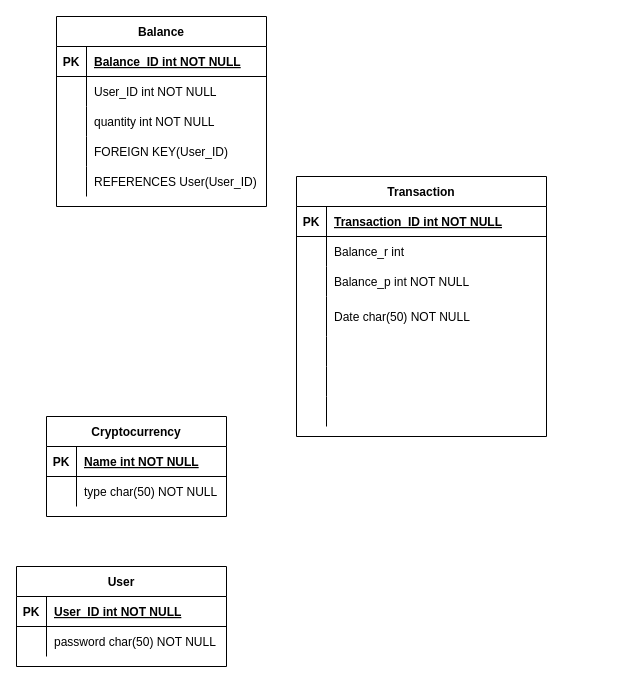
Before: Untitled UML.drawio in hyoer0423/learnGit, a draw.io diagram. Source tidied: cells renumbered, new cells numbered last; positions are measured from the earlier drawing's top-left corner, leaving out a move shared by most shapes. Both pictures are drawn from the tidied source at 100%, with x=0, y=0 at pixel (16, 16).
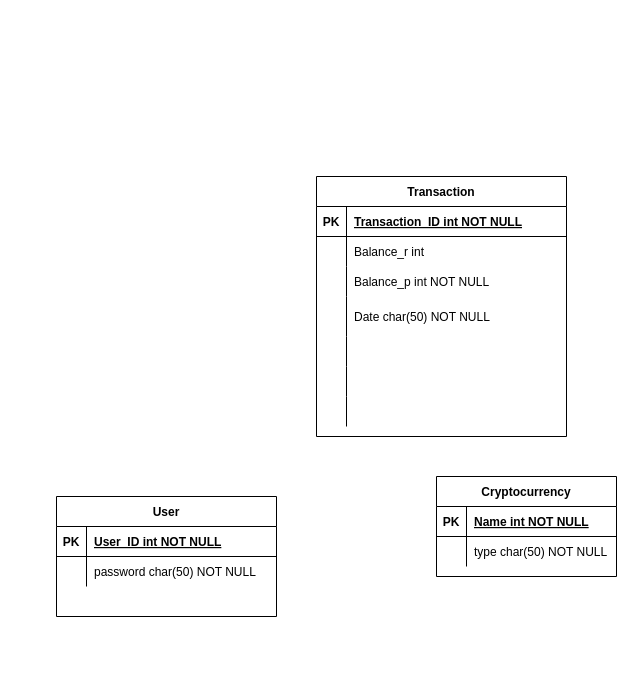
After the change.

The edit, as a diff of the source:
```diff
@@
     <mxCell id="2" value="User" style="shape=table;startSize=30;childLayout=tableLayout;rowLines=0;fontStyle=1;align=center;" parent="1" vertex="1">
-      <mxGeometry y="550" width="210" height="100" as="geometry" />
+      <mxGeometry x="40" y="480" width="220" height="120" as="geometry" />
     </mxCell>
     <mxCell id="3" style="shape=partialRectangle;fillColor=none;top=0;left=0;right=0;bottom=1;" parent="2" vertex="1">
-      <mxGeometry y="30" width="210" height="30" as="geometry" />
+      <mxGeometry y="30" width="220" height="30" as="geometry" />
     </mxCell>
@@
     <mxCell id="5" value="User_ID int NOT NULL " style="shape=partialRectangle;overflow=hidden;fillColor=none;top=0;left=0;bottom=0;right=0;align=left;spacingLeft=6;fontStyle=5;" parent="3" vertex="1">
-      <mxGeometry x="30" width="180" height="30" as="geometry" />
+      <mxGeometry x="30" width="190" height="30" as="geometry" />
     </mxCell>
     <mxCell id="6" style="shape=partialRectangle;fillColor=none;top=0;left=0;right=0;bottom=0;" parent="2" vertex="1">
-      <mxGeometry y="60" width="210" height="30" as="geometry" />
+      <mxGeometry y="60" width="220" height="30" as="geometry" />
     </mxCell>
@@
     <mxCell id="8" value="password char(50) NOT NULL" style="shape=partialRectangle;overflow=hidden;fillColor=none;top=0;left=0;bottom=0;right=0;align=left;spacingLeft=6;" parent="6" vertex="1">
-      <mxGeometry x="30" width="180" height="30" as="geometry" />
+      <mxGeometry x="30" width="190" height="30" as="geometry" />
     </mxCell>
     <mxCell id="9" value="Cryptocurrency" style="shape=table;startSize=30;childLayout=tableLayout;rowLines=0;fontStyle=1;align=center;" parent="1" vertex="1">
-      <mxGeometry x="30" y="400" width="180" height="100" as="geometry" />
+      <mxGeometry x="420" y="460" width="180" height="100" as="geometry" />
     </mxCell>
@@
-    <mxCell id="16" value="Balance" style="shape=table;startSize=30;childLayout=tableLayout;rowLines=0;fontStyle=1;align=center;" parent="1" vertex="1">
-      <mxGeometry x="40" width="210" height="190" as="geometry" />
-    </mxCell>
-    <mxCell id="17" style="shape=partialRectangle;fillColor=none;top=0;left=0;right=0;bottom=1;" parent="16" vertex="1">
-      <mxGeometry y="30" width="210" height="30" as="geometry" />
-    </mxCell>
-    <mxCell id="18" value="PK" style="shape=partialRectangle;overflow=hidden;fillColor=none;top=0;left=0;bottom=0;right=0;fontStyle=1;" parent="17" vertex="1">
-      <mxGeometry width="30" height="30" as="geometry" />
-    </mxCell>
-    <mxCell id="19" value="Balance_ID int NOT NULL " style="shape=partialRectangle;overflow=hidden;fillColor=none;top=0;left=0;bottom=0;right=0;align=left;spacingLeft=6;fontStyle=5;" parent="17" vertex="1">
-      <mxGeometry x="30" width="180" height="30" as="geometry" />
-    </mxCell>
-    <mxCell id="20" style="shape=partialRectangle;fillColor=none;top=0;left=0;right=0;bottom=0;" parent="16" vertex="1">
-      <mxGeometry y="60" width="210" height="30" as="geometry" />
-    </mxCell>
-    <mxCell id="21" style="shape=partialRectangle;overflow=hidden;fillColor=none;top=0;left=0;bottom=0;right=0;" parent="20" vertex="1">
-      <mxGeometry width="30" height="30" as="geometry" />
-    </mxCell>
-    <mxCell id="22" value="User_ID int NOT NULL " style="shape=partialRectangle;overflow=hidden;fillColor=none;top=0;left=0;bottom=0;right=0;align=left;spacingLeft=6;" parent="20" vertex="1">
-      <mxGeometry x="30" width="180" height="30" as="geometry" />
-    </mxCell>
-    <mxCell id="23" style="shape=partialRectangle;fillColor=none;top=0;left=0;right=0;bottom=0;" parent="16" vertex="1">
-      <mxGeometry y="90" width="210" height="30" as="geometry" />
-    </mxCell>
-    <mxCell id="24" style="shape=partialRectangle;overflow=hidden;fillColor=none;top=0;left=0;bottom=0;right=0;" parent="23" vertex="1">
-      <mxGeometry width="30" height="30" as="geometry" />
-    </mxCell>
-    <mxCell id="25" value="quantity int NOT NULL" style="shape=partialRectangle;overflow=hidden;fillColor=none;top=0;left=0;bottom=0;right=0;align=left;spacingLeft=6;" parent="23" vertex="1">
-      <mxGeometry x="30" width="180" height="30" as="geometry" />
-    </mxCell>
-    <mxCell id="26" style="shape=partialRectangle;fillColor=none;top=0;left=0;right=0;bottom=0;" parent="16" vertex="1">
-      <mxGeometry y="120" width="210" height="30" as="geometry" />
-    </mxCell>
-    <mxCell id="27" style="shape=partialRectangle;overflow=hidden;fillColor=none;top=0;left=0;bottom=0;right=0;" parent="26" vertex="1">
-      <mxGeometry width="30" height="30" as="geometry" />
-    </mxCell>
-    <mxCell id="28" value="FOREIGN KEY(User_ID)" style="shape=partialRectangle;overflow=hidden;fillColor=none;top=0;left=0;bottom=0;right=0;align=left;spacingLeft=6;" parent="26" vertex="1">
-      <mxGeometry x="30" width="180" height="30" as="geometry" />
-    </mxCell>
-    <mxCell id="29" style="shape=partialRectangle;fillColor=none;top=0;left=0;right=0;bottom=0;" parent="16" vertex="1">
-      <mxGeometry y="150" width="210" height="30" as="geometry" />
-    </mxCell>
-    <mxCell id="30" style="shape=partialRectangle;overflow=hidden;fillColor=none;top=0;left=0;bottom=0;right=0;" parent="29" vertex="1">
-      <mxGeometry width="30" height="30" as="geometry" />
-    </mxCell>
-    <mxCell id="31" value="REFERENCES User(User_ID)" style="shape=partialRectangle;overflow=hidden;fillColor=none;top=0;left=0;bottom=0;right=0;align=left;spacingLeft=6;" parent="29" vertex="1">
-      <mxGeometry x="30" width="180" height="30" as="geometry" />
-    </mxCell>
     <mxCell id="32" value="Transaction" style="shape=table;startSize=30;childLayout=tableLayout;rowLines=0;fontStyle=1;align=center;" parent="1" vertex="1">
-      <mxGeometry x="280" y="160" width="250" height="260" as="geometry" />
+      <mxGeometry x="300" y="160" width="250" height="260" as="geometry" />
     </mxCell>
```
